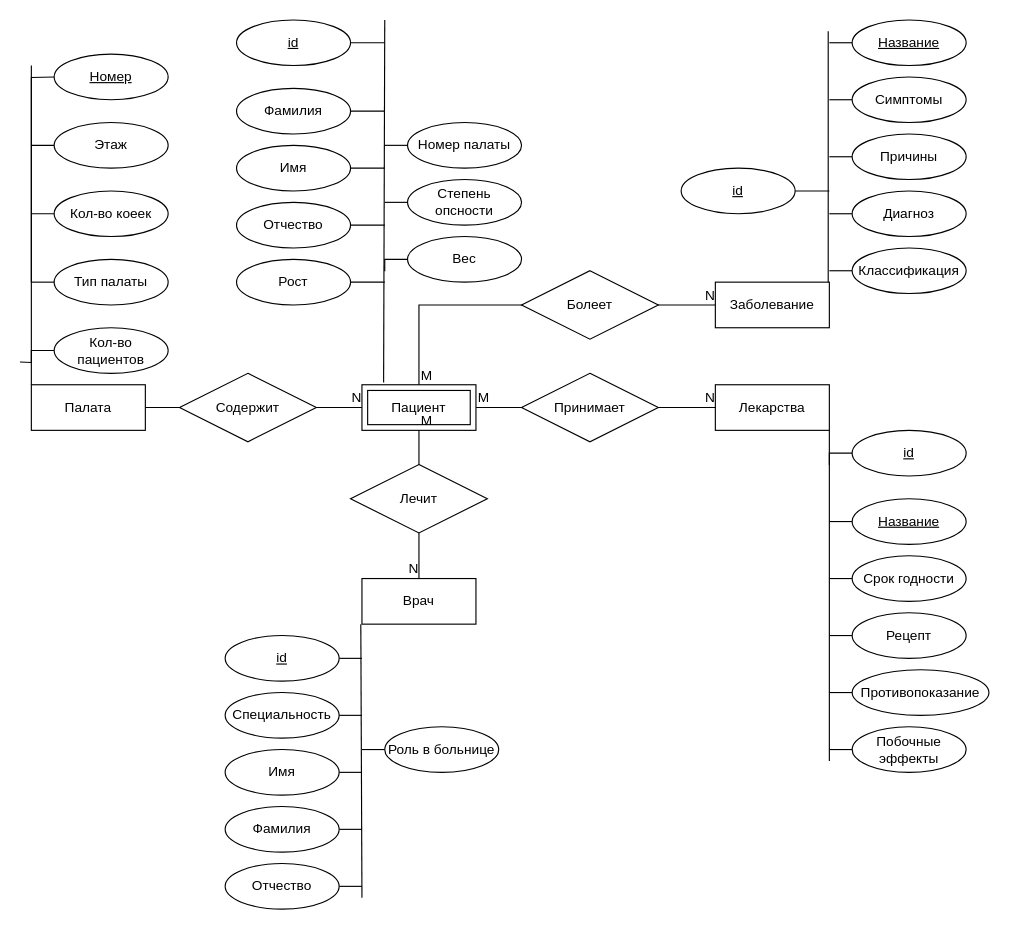
Before: lab-01/Psyho.drawio in xanderkov/ics7-db, a draw.io diagram. Source tidied: cells renumbered, new cells numbered last; positions are measured from the earlier drawing's top-left corner, leaving out a move shared by most shapes. Both pictures are drawn from the tidied source at 114%, with x=0, y=0 at pixel (19, 19).
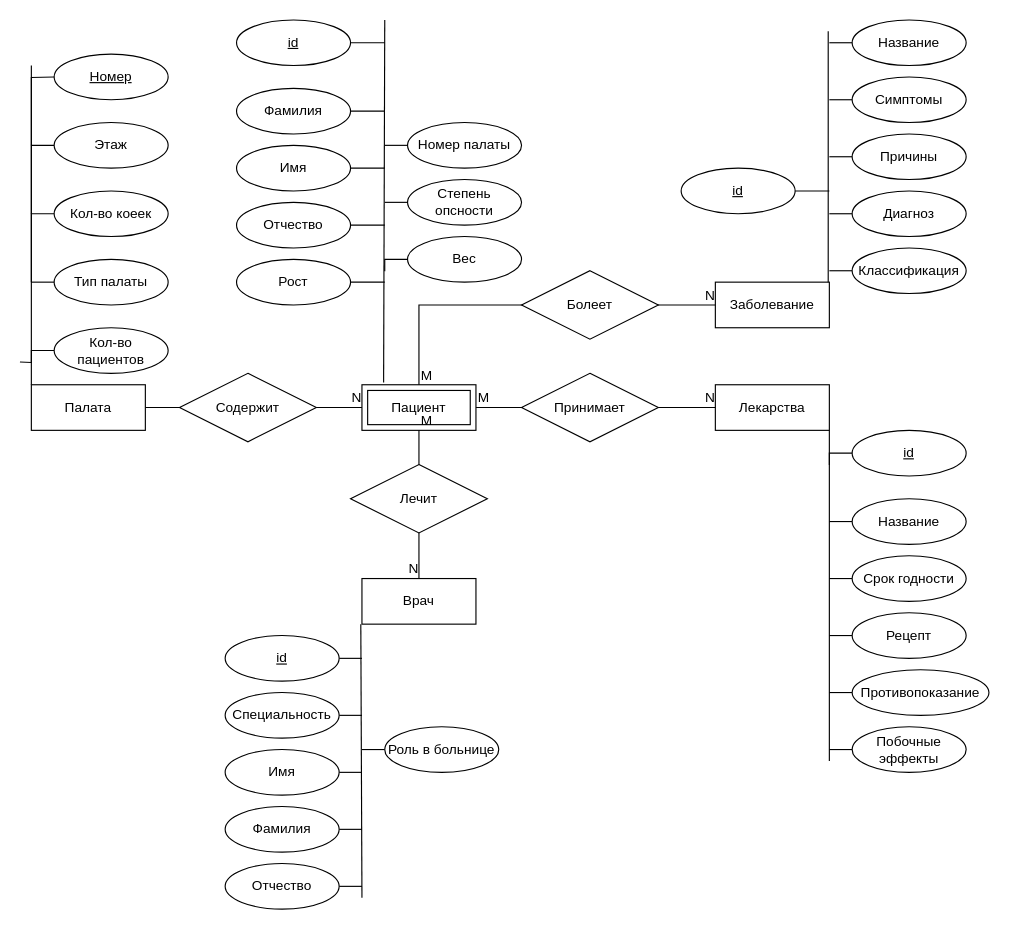
Above is the later version.

What changed in the source:
```diff
@@
-    <mxCell id="79" value="Название" style="ellipse;whiteSpace=wrap;html=1;align=center;fontStyle=4;" parent="1" vertex="1">
-      <mxGeometry x="730" y="420" width="100" height="40" as="geometry" />
-    </mxCell>
-    <mxCell id="80" value="Название" style="ellipse;whiteSpace=wrap;html=1;align=center;fontStyle=4;" parent="1" vertex="1">
-      <mxGeometry x="730" width="100" height="40" as="geometry" />
-    </mxCell>
@@
+    <mxCell id="91" value="Название" style="ellipse;whiteSpace=wrap;html=1;align=center;" parent="1" vertex="1">
+      <mxGeometry x="730" y="420" width="100" height="40" as="geometry" />
+    </mxCell>
+    <mxCell id="92" value="Название" style="ellipse;whiteSpace=wrap;html=1;align=center;" parent="1" vertex="1">
+      <mxGeometry x="730" width="100" height="40" as="geometry" />
+    </mxCell>
```
